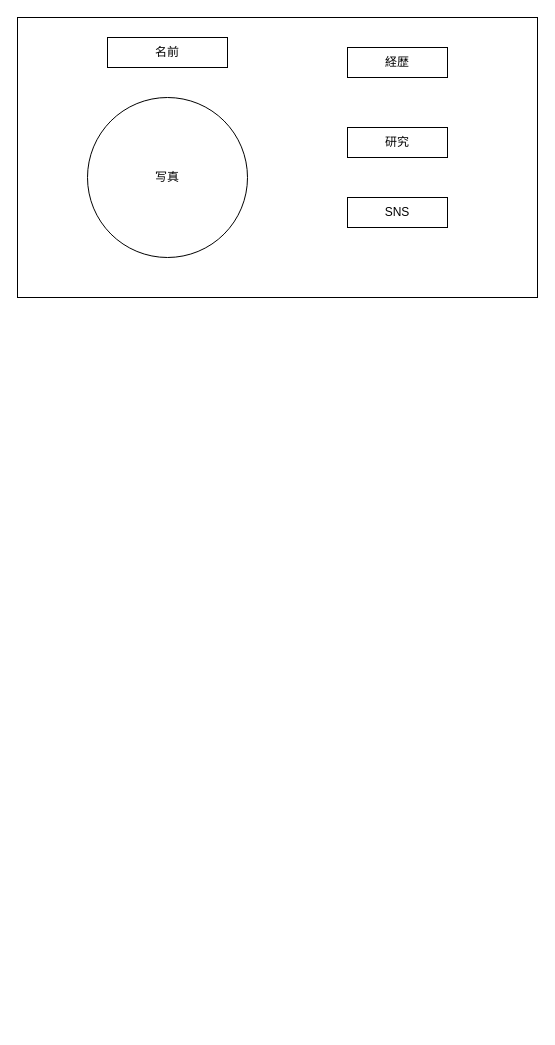
Earlier version of the draw.io diagram Untitled Diagram.drawio (Hironori8/nakano-homepage). Source tidied: cells renumbered, new cells numbered last; positions are measured from the earlier drawing's top-left corner, leaving out a move shared by most shapes. Both pictures are drawn from the tidied source at 100%, with x=0, y=0 at pixel (17, 17).
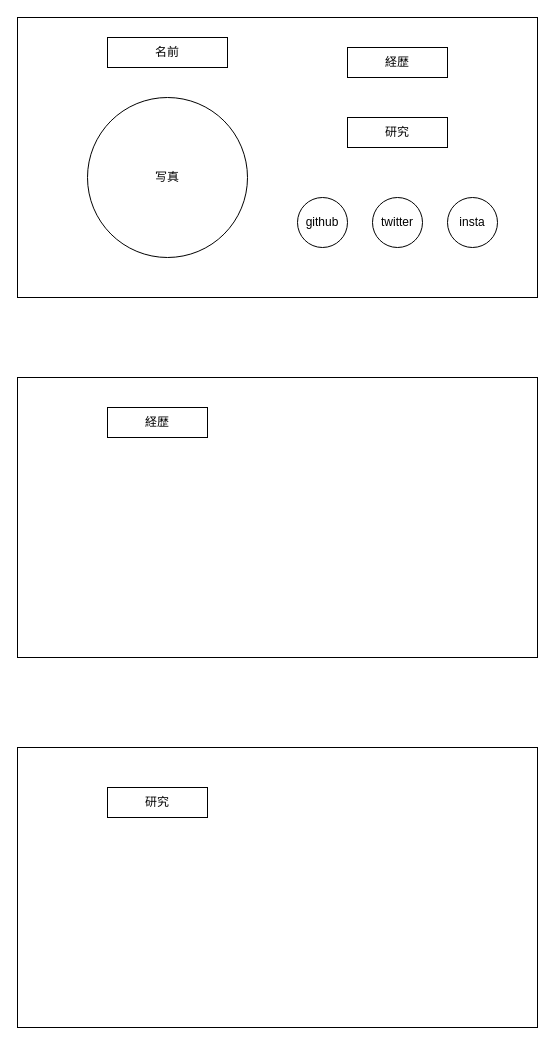
Above is the later version.

Diff of the diagram source:
```diff
@@
 <mxGraphModel>
   <root>
     <mxCell id="0" />
     <mxCell id="1" parent="0" />
     <mxCell id="2" style="rounded=0;whiteSpace=wrap;html=1;" parent="1" vertex="1">
       <mxGeometry width="520" height="280" as="geometry" />
     </mxCell>
     <mxCell id="3" value="名前" style="rounded=0;whiteSpace=wrap;html=1;" parent="1" vertex="1">
       <mxGeometry x="90" y="20" width="120" height="30" as="geometry" />
     </mxCell>
     <mxCell id="4" value="写真" style="ellipse;whiteSpace=wrap;html=1;" parent="1" vertex="1">
       <mxGeometry x="70" y="80" width="160" height="160" as="geometry" />
     </mxCell>
     <mxCell id="5" value="経歴" style="rounded=0;whiteSpace=wrap;html=1;" parent="1" vertex="1">
       <mxGeometry x="330" y="30" width="100" height="30" as="geometry" />
     </mxCell>
     <mxCell id="6" value="研究" style="rounded=0;whiteSpace=wrap;html=1;" parent="1" vertex="1">
-      <mxGeometry x="330" y="110" width="100" height="30" as="geometry" />
+      <mxGeometry x="330" y="100" width="100" height="30" as="geometry" />
     </mxCell>
-    <mxCell id="7" value="SNS" style="rounded=0;whiteSpace=wrap;html=1;" parent="1" vertex="1">
-      <mxGeometry x="330" y="180" width="100" height="30" as="geometry" />
-    </mxCell>
+    <mxCell id="8" value="github" style="ellipse;whiteSpace=wrap;html=1;" parent="1" vertex="1">
+      <mxGeometry x="280" y="180" width="50" height="50" as="geometry" />
+    </mxCell>
+    <mxCell id="9" value="twitter" style="ellipse;whiteSpace=wrap;html=1;" parent="1" vertex="1">
+      <mxGeometry x="355" y="180" width="50" height="50" as="geometry" />
+    </mxCell>
+    <mxCell id="10" value="insta" style="ellipse;whiteSpace=wrap;html=1;" parent="1" vertex="1">
+      <mxGeometry x="430" y="180" width="50" height="50" as="geometry" />
+    </mxCell>
+    <mxCell id="11" style="rounded=0;whiteSpace=wrap;html=1;" parent="1" vertex="1">
+      <mxGeometry y="360" width="520" height="280" as="geometry" />
+    </mxCell>
+    <mxCell id="12" style="rounded=0;whiteSpace=wrap;html=1;" parent="1" vertex="1">
+      <mxGeometry y="730" width="520" height="280" as="geometry" />
+    </mxCell>
+    <mxCell id="13" value="経歴" style="rounded=0;whiteSpace=wrap;html=1;" parent="1" vertex="1">
+      <mxGeometry x="90" y="390" width="100" height="30" as="geometry" />
+    </mxCell>
+    <mxCell id="14" value="研究" style="rounded=0;whiteSpace=wrap;html=1;" parent="1" vertex="1">
+      <mxGeometry x="90" y="770" width="100" height="30" as="geometry" />
+    </mxCell>
   </root>
 </mxGraphModel>
```
